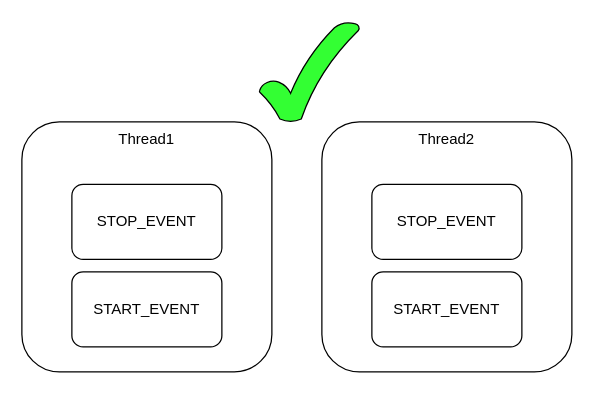
This is page "event_driven_paradigm_events" (11 of 15) of doc/images/fsm/fsm.drawio from ress059/ecu, a draw.io file, before an edit. Source tidied: cells renumbered, new cells numbered last; positions are measured from the earlier drawing's top-left corner, leaving out a move shared by most shapes. Both pictures are drawn from the tidied source at 125%, with x=0, y=0 at pixel (21, 21).
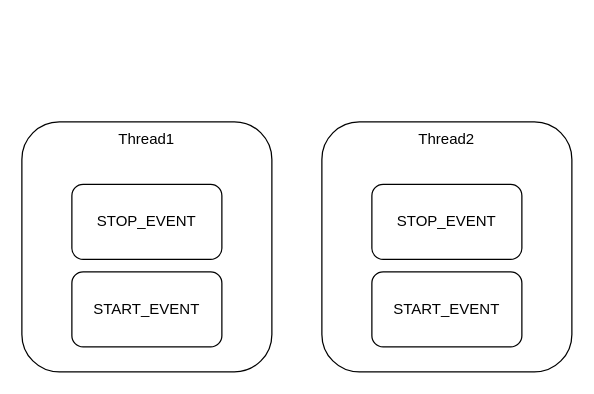
Above is the later version.

What changed in the source:
```diff
@@
 <mxGraphModel>
   <root>
     <mxCell id="0" />
     <mxCell id="1" parent="0" />
     <mxCell id="2" value="Thread1" style="rounded=1;whiteSpace=wrap;html=1;verticalAlign=top;" parent="1" vertex="1">
       <mxGeometry y="80" width="200" height="200" as="geometry" />
     </mxCell>
     <mxCell id="3" value="STOP_EVENT" style="rounded=1;whiteSpace=wrap;html=1;" parent="1" vertex="1">
       <mxGeometry x="40" y="130" width="120" height="60" as="geometry" />
     </mxCell>
     <mxCell id="4" value="START_EVENT" style="rounded=1;whiteSpace=wrap;html=1;" parent="1" vertex="1">
       <mxGeometry x="40" y="200" width="120" height="60" as="geometry" />
     </mxCell>
     <mxCell id="5" value="Thread2" style="rounded=1;whiteSpace=wrap;html=1;verticalAlign=top;" parent="1" vertex="1">
       <mxGeometry x="240" y="80" width="200" height="200" as="geometry" />
     </mxCell>
     <mxCell id="6" value="STOP_EVENT" style="rounded=1;whiteSpace=wrap;html=1;" parent="1" vertex="1">
       <mxGeometry x="280" y="130" width="120" height="60" as="geometry" />
     </mxCell>
     <mxCell id="7" value="START_EVENT" style="rounded=1;whiteSpace=wrap;html=1;" parent="1" vertex="1">
       <mxGeometry x="280" y="200" width="120" height="60" as="geometry" />
     </mxCell>
-    <mxCell id="8" style="verticalLabelPosition=bottom;verticalAlign=top;html=1;shape=mxgraph.basic.tick;fillColor=#33FF33;" parent="1" vertex="1">
-      <mxGeometry x="190" width="80" height="80" as="geometry" />
-    </mxCell>
   </root>
 </mxGraphModel>
```
